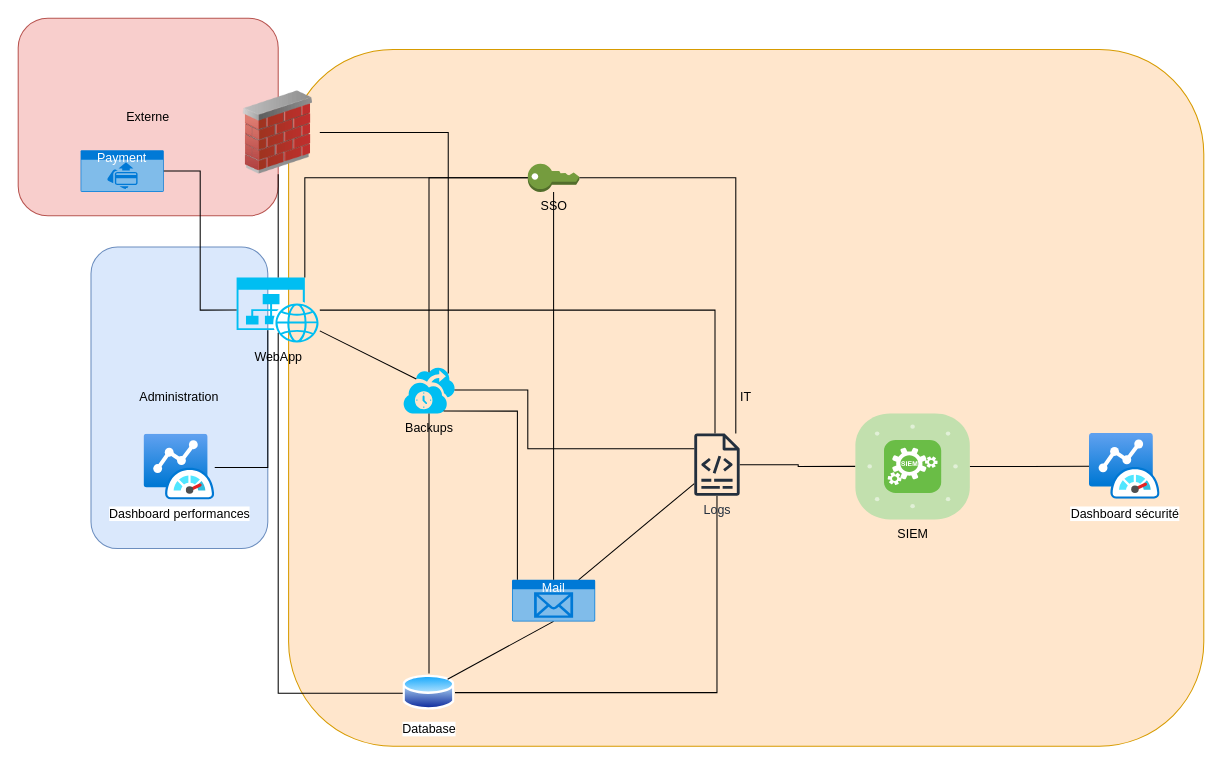
This is archi_applicative.drawio from Relthdrarxash/archi_secu, a draw.io file, before an edit. Source tidied: cells renumbered, new cells numbered last; positions are measured from the earlier drawing's top-left corner, leaving out a move shared by most shapes. Both pictures are drawn from the tidied source at 104%, with x=0, y=0 at pixel (18, 18).
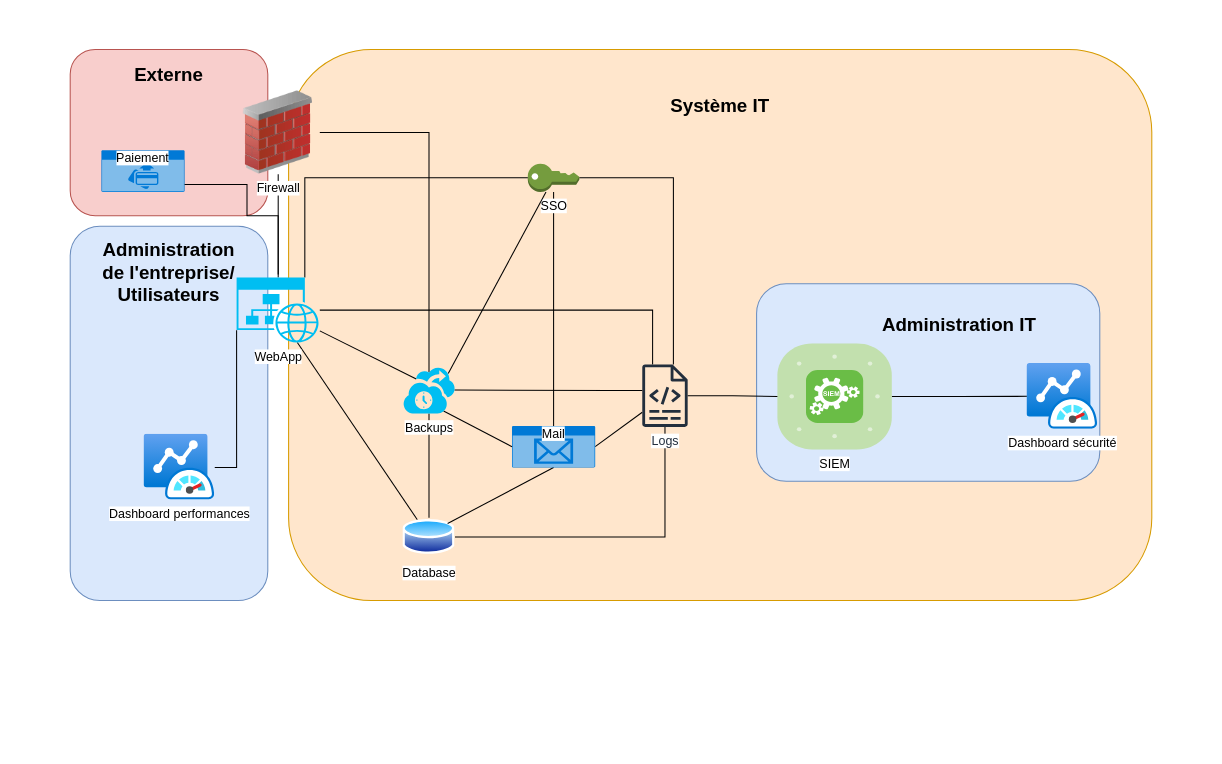
The same page after the edit.

Commit message (it also covers changes not shown here):
Mettre à jour archi_applicative.drawio

Unchanged cells that the change refers to:
```xml
<mxCell id="20" value="Dashboard performances" style="image;html=1;points=[];align=center;fontSize=12;image=img/lib/azure2/other/Azure_Monitor_Dashboard.svg;" parent="1" vertex="1">
  <mxGeometry x="121" y="400" width="68" height="63.2" as="geometry" />
</mxCell>
```

Diff of the diagram source:
```diff
@@
-    <mxCell id="2" value="Externe" style="rounded=1;whiteSpace=wrap;html=1;fillColor=#f8cecc;strokeColor=#b85450;" parent="1" vertex="1">
-      <mxGeometry width="250" height="190" as="geometry" />
+    <mxCell id="2" style="rounded=1;whiteSpace=wrap;html=1;fillColor=#f8cecc;strokeColor=#b85450;" parent="1" vertex="1">
+      <mxGeometry x="50" y="30" width="190" height="160" as="geometry" />
     </mxCell>
-    <mxCell id="3" value="Administration" style="rounded=1;whiteSpace=wrap;html=1;fillColor=#dae8fc;strokeColor=#6c8ebf;" parent="1" vertex="1">
-      <mxGeometry x="70" y="220" width="170" height="290" as="geometry" />
+    <mxCell id="3" style="rounded=1;whiteSpace=wrap;html=1;fillColor=#dae8fc;strokeColor=#6c8ebf;" parent="1" vertex="1">
+      <mxGeometry x="50" y="200" width="190" height="360" as="geometry" />
     </mxCell>
-    <mxCell id="4" value="IT" style="rounded=1;whiteSpace=wrap;html=1;fillColor=#ffe6cc;strokeColor=#d79b00;" parent="1" vertex="1">
-      <mxGeometry x="260" y="30" width="880" height="670" as="geometry" />
+    <mxCell id="4" style="rounded=1;whiteSpace=wrap;html=1;fillColor=#ffe6cc;strokeColor=#d79b00;" parent="1" vertex="1">
+      <mxGeometry x="260" y="30" width="830" height="530" as="geometry" />
     </mxCell>
     <mxCell id="5" style="edgeStyle=orthogonalEdgeStyle;rounded=0;jettySize=auto;html=1;endArrow=none;startFill=0;" parent="1" edge="1" source="7" target="22">
       <mxGeometry relative="1" as="geometry">
         <Array as="points">
-          <mxPoint x="670" y="281" />
+          <mxPoint x="610" y="281" />
         </Array>
       </mxGeometry>
     </mxCell>
-    <mxCell id="6" style="edgeStyle=orthogonalEdgeStyle;rounded=0;jettySize=auto;html=1;exitX=0.375;exitY=0.81;exitDx=0;exitDy=0;exitPerimeter=0;endArrow=none;startFill=0;" parent="1" edge="1" source="7" target="20">
+    <mxCell id="6" style="edgeStyle=orthogonalEdgeStyle;rounded=0;jettySize=auto;html=1;endArrow=none;startFill=0;exitX=0;exitY=0.81;exitDx=0;exitDy=0;exitPerimeter=0;" parent="1" edge="1" source="7" target="20">
       <mxGeometry relative="1" as="geometry">
         <Array as="points">
-          <mxPoint x="240" y="432" />
+          <mxPoint x="210" y="432" />
         </Array>
       </mxGeometry>
     </mxCell>
-    <mxCell id="7" value="WebApp" style="verticalLabelPosition=bottom;html=1;verticalAlign=top;align=center;strokeColor=none;fillColor=#00BEF2;shape=mxgraph.azure.website_generic;" parent="1" vertex="1">
-      <mxGeometry x="210" y="249.4" width="80" height="62.5" as="geometry" />
-    </mxCell>
-    <mxCell id="8" style="rounded=0;jettySize=auto;html=1;exitX=0.5;exitY=0.85;exitDx=0;exitDy=0;exitPerimeter=0;endArrow=none;startFill=0;edgeStyle=orthogonalEdgeStyle;" parent="1" edge="1" source="7" target="10">
-      <mxGeometry relative="1" as="geometry">
-        <Array as="points">
-          <mxPoint x="250" y="649" />
-        </Array>
-      </mxGeometry>
+    <mxCell id="8" style="rounded=0;jettySize=auto;html=1;exitX=0.73;exitY=1;exitDx=0;exitDy=0;exitPerimeter=0;endArrow=none;startFill=0;" parent="1" edge="1" source="7" target="10">
+      <mxGeometry relative="1" as="geometry" />
     </mxCell>
@@
     <mxCell id="10" value="Database" style="image;perimeter=ellipsePerimeter;html=1;align=center;shadow=0;dashed=0;spacingTop=3;image=img/lib/active_directory/database.svg;" parent="1" vertex="1">
-      <mxGeometry x="370" y="630" width="50" height="37" as="geometry" />
+      <mxGeometry x="370" y="480.3" width="50" height="37" as="geometry" />
     </mxCell>
@@
-    <mxCell id="12" style="rounded=0;jettySize=auto;html=1;endArrow=none;startFill=0;" parent="1" edge="1" source="13" target="22">
+    <mxCell id="12" style="rounded=0;jettySize=auto;html=1;endArrow=none;startFill=0;exitX=1;exitY=0.5;exitDx=0;exitDy=0;exitPerimeter=0;" parent="1" edge="1" source="13" target="22">
       <mxGeometry relative="1" as="geometry" />
     </mxCell>
-    <mxCell id="13" value="Mail" style="html=1;whiteSpace=wrap;strokeColor=none;fillColor=#0079D6;labelPosition=center;verticalLabelPosition=middle;verticalAlign=top;align=center;fontSize=12;outlineConnect=0;spacingTop=-6;fontColor=#FFFFFF;sketch=0;shape=mxgraph.sitemap.mail;" parent="1" vertex="1">
-      <mxGeometry x="474.8" y="540" width="80" height="40" as="geometry" />
+    <mxCell id="13" value="&lt;span style=&quot;background-color: rgb(255, 255, 255);&quot;&gt;&lt;font style=&quot;color: rgb(0, 0, 0);&quot;&gt;Mail&lt;/font&gt;&lt;/span&gt;" style="html=1;whiteSpace=wrap;strokeColor=none;fillColor=#0079D6;labelPosition=center;verticalLabelPosition=middle;verticalAlign=top;align=center;fontSize=12;outlineConnect=0;spacingTop=-6;fontColor=#FFFFFF;sketch=0;shape=mxgraph.sitemap.mail;" parent="1" vertex="1">
+      <mxGeometry x="474.8" y="392" width="80" height="40" as="geometry" />
     </mxCell>
@@
     <mxCell id="15" style="edgeStyle=orthogonalEdgeStyle;rounded=0;jettySize=auto;html=1;endArrow=none;startFill=0;" parent="1" edge="1" source="16" target="22">
       <mxGeometry relative="1" as="geometry">
         <Array as="points">
-          <mxPoint x="690" y="154" />
+          <mxPoint x="630" y="154" />
         </Array>
       </mxGeometry>
     </mxCell>
-    <mxCell id="16" value="SSO" style="outlineConnect=0;dashed=0;verticalLabelPosition=bottom;verticalAlign=top;align=center;html=1;shape=mxgraph.aws3.add_on;fillColor=#759C3E;gradientColor=none;" parent="1" vertex="1">
+    <mxCell id="16" value="&lt;span style=&quot;background-color: light-dark(#ffffff, var(--ge-dark-color, #121212));&quot;&gt;SSO&lt;/span&gt;" style="outlineConnect=0;dashed=0;verticalLabelPosition=bottom;verticalAlign=top;align=center;html=1;shape=mxgraph.aws3.add_on;fillColor=#759C3E;gradientColor=none;" parent="1" vertex="1">
       <mxGeometry x="490" y="140" width="49.5" height="27" as="geometry" />
     </mxCell>
@@
-    <mxCell id="18" value="Payment" style="html=1;whiteSpace=wrap;strokeColor=none;fillColor=#0079D6;labelPosition=center;verticalLabelPosition=middle;verticalAlign=top;align=center;fontSize=12;outlineConnect=0;spacingTop=-6;fontColor=#FFFFFF;sketch=0;shape=mxgraph.sitemap.payment;" parent="1" vertex="1">
-      <mxGeometry x="60" y="127" width="80" height="40" as="geometry" />
+    <mxCell id="18" value="&lt;span style=&quot;background-color: light-dark(#ffffff, var(--ge-dark-color, #121212));&quot;&gt;&lt;font style=&quot;color: rgb(0, 0, 0);&quot;&gt;Paiement&lt;/font&gt;&lt;/span&gt;" style="html=1;whiteSpace=wrap;strokeColor=none;fillColor=#0079D6;labelPosition=center;verticalLabelPosition=middle;verticalAlign=top;align=center;fontSize=12;outlineConnect=0;spacingTop=-6;fontColor=#FFFFFF;sketch=0;shape=mxgraph.sitemap.payment;" parent="1" vertex="1">
+      <mxGeometry x="80" y="127" width="80" height="40" as="geometry" />
     </mxCell>
-    <mxCell id="19" style="edgeStyle=orthogonalEdgeStyle;rounded=0;jettySize=auto;html=1;exitX=1;exitY=0.5;exitDx=0;exitDy=0;exitPerimeter=0;entryX=0;entryY=0.5;entryDx=0;entryDy=0;entryPerimeter=0;endArrow=none;startFill=0;" parent="1" edge="1" source="18" target="7">
-      <mxGeometry relative="1" as="geometry" />
+    <mxCell id="19" style="edgeStyle=orthogonalEdgeStyle;rounded=0;jettySize=auto;html=1;entryX=0.5;entryY=0;entryDx=0;entryDy=0;entryPerimeter=0;endArrow=none;startFill=0;" parent="1" edge="1" source="18">
+      <mxGeometry relative="1" as="geometry">
+        <mxPoint x="250" y="246.4" as="targetPoint" />
+        <Array as="points">
+          <mxPoint x="220" y="160" />
+          <mxPoint x="220" y="190" />
+          <mxPoint x="250" y="190" />
+        </Array>
+      </mxGeometry>
     </mxCell>
@@
-    <mxCell id="21" style="edgeStyle=orthogonalEdgeStyle;rounded=0;jettySize=auto;html=1;entryX=0;entryY=0.5;entryDx=0;entryDy=0;entryPerimeter=0;endArrow=none;startFill=0;" parent="1" edge="1" source="22" target="30">
-      <mxGeometry relative="1" as="geometry">
-        <Array as="points">
-          <mxPoint x="750" y="430" />
-          <mxPoint x="750" y="431" />
-        </Array>
-      </mxGeometry>
-    </mxCell>
-    <mxCell id="22" value="Logs" style="sketch=0;outlineConnect=0;fontColor=#232F3E;gradientColor=none;fillColor=#232F3D;strokeColor=none;dashed=0;verticalLabelPosition=bottom;verticalAlign=top;align=center;html=1;fontSize=12;fontStyle=0;shape=mxgraph.aws4.logs;" parent="1" vertex="1">
-      <mxGeometry x="650" y="399.3" width="43.8" height="60" as="geometry" />
+    <mxCell id="22" value="&lt;span style=&quot;background-color: light-dark(#ffffff, var(--ge-dark-color, #121212));&quot;&gt;Logs&lt;/span&gt;" style="sketch=0;outlineConnect=0;fontColor=#232F3E;gradientColor=none;fillColor=#232F3D;strokeColor=none;dashed=0;verticalLabelPosition=bottom;verticalAlign=top;align=center;html=1;fontSize=12;fontStyle=0;shape=mxgraph.aws4.logs;" parent="1" vertex="1">
+      <mxGeometry x="600" y="333" width="43.8" height="60" as="geometry" />
     </mxCell>
-    <mxCell id="23" value="Backups" style="verticalLabelPosition=bottom;html=1;verticalAlign=top;align=center;strokeColor=none;fillColor=#00BEF2;shape=mxgraph.azure.backup_service;" parent="1" vertex="1">
-      <mxGeometry x="370" y="335" width="50" height="45" as="geometry" />
-    </mxCell>
     <mxCell id="24" style="edgeStyle=orthogonalEdgeStyle;rounded=0;jettySize=auto;html=1;entryX=0.99;entryY=0.5;entryDx=0;entryDy=0;entryPerimeter=0;endArrow=none;startFill=0;" parent="1" edge="1" source="22" target="23">
       <mxGeometry relative="1" as="geometry">
         <Array as="points">
-          <mxPoint x="490" y="414" />
-          <mxPoint x="490" y="358" />
+          <mxPoint x="570" y="358" />
+          <mxPoint x="570" y="358" />
         </Array>
       </mxGeometry>
     </mxCell>
@@
-    <mxCell id="26" style="edgeStyle=orthogonalEdgeStyle;rounded=0;jettySize=auto;html=1;entryX=0.78;entryY=0.95;entryDx=0;entryDy=0;entryPerimeter=0;endArrow=none;startFill=0;" parent="1" edge="1" source="13" target="23">
-      <mxGeometry relative="1" as="geometry">
-        <Array as="points">
-          <mxPoint x="480" y="378" />
-        </Array>
-      </mxGeometry>
+    <mxCell id="26" style="rounded=0;jettySize=auto;html=1;entryX=0.78;entryY=0.95;entryDx=0;entryDy=0;entryPerimeter=0;endArrow=none;startFill=0;exitX=0;exitY=0.5;exitDx=0;exitDy=0;exitPerimeter=0;" parent="1" edge="1" source="13" target="23">
+      <mxGeometry relative="1" as="geometry" />
     </mxCell>
@@
-    <mxCell id="28" style="edgeStyle=orthogonalEdgeStyle;rounded=0;jettySize=auto;html=1;entryX=0.5;entryY=0.12;entryDx=0;entryDy=0;entryPerimeter=0;endArrow=none;startFill=0;" parent="1" edge="1" source="16" target="23">
-      <mxGeometry relative="1" as="geometry">
-        <Array as="points">
-          <mxPoint x="395" y="154" />
-        </Array>
-      </mxGeometry>
+    <mxCell id="28" style="rounded=0;jettySize=auto;html=1;entryX=0.87;entryY=0.15;entryDx=0;entryDy=0;entryPerimeter=0;endArrow=none;startFill=0;" parent="1" edge="1" source="16" target="23">
+      <mxGeometry relative="1" as="geometry" />
     </mxCell>
+    <mxCell id="35" style="rounded=1;whiteSpace=wrap;html=1;fillColor=#dae8fc;strokeColor=#6c8ebf;" parent="1" vertex="1">
+      <mxGeometry x="710" y="255.3" width="330" height="190" as="geometry" />
+    </mxCell>
@@
-    <mxCell id="30" value="SIEM" style="verticalLabelPosition=bottom;sketch=0;html=1;fillColor=#6ABD46;strokeColor=#ffffff;verticalAlign=top;align=center;points=[[0.085,0.085,0],[0.915,0.085,0],[0.915,0.915,0],[0.085,0.915,0],[0.25,0,0],[0.5,0,0],[0.75,0,0],[1,0.25,0],[1,0.5,0],[1,0.75,0],[0.75,1,0],[0.5,1,0],[0.25,1,0],[0,0.75,0],[0,0.5,0],[0,0.25,0]];shape=mxgraph.cisco_safe.compositeIcon;bgIcon=mxgraph.cisco_safe.architecture.generic_appliance;resIcon=mxgraph.cisco_safe.architecture.siem;" parent="1" vertex="1">
-      <mxGeometry x="805" y="380" width="110" height="101.9" as="geometry" />
+    <mxCell id="30" value="&lt;span style=&quot;background-color: light-dark(#ffffff, var(--ge-dark-color, #121212));&quot;&gt;SIEM&lt;/span&gt;" style="verticalLabelPosition=bottom;sketch=0;html=1;fillColor=#6ABD46;strokeColor=#ffffff;verticalAlign=top;align=center;points=[[0.085,0.085,0],[0.915,0.085,0],[0.915,0.915,0],[0.085,0.915,0],[0.25,0,0],[0.5,0,0],[0.75,0,0],[1,0.25,0],[1,0.5,0],[1,0.75,0],[0.75,1,0],[0.5,1,0],[0.25,1,0],[0,0.75,0],[0,0.5,0],[0,0.25,0]];shape=mxgraph.cisco_safe.compositeIcon;bgIcon=mxgraph.cisco_safe.architecture.generic_appliance;resIcon=mxgraph.cisco_safe.architecture.siem;" parent="1" vertex="1">
+      <mxGeometry x="730" y="312.7" width="110" height="101.9" as="geometry" />
     </mxCell>
-    <mxCell id="31" style="image;html=1;image=img/lib/clip_art/networking/Firewall_02_128x128.png;" parent="1" vertex="1">
-      <mxGeometry x="210" y="70" width="80" height="80" as="geometry" />
-    </mxCell>
     <mxCell id="32" style="edgeStyle=orthogonalEdgeStyle;rounded=0;jettySize=auto;html=1;entryX=0.5;entryY=0;entryDx=0;entryDy=0;entryPerimeter=0;endArrow=none;startFill=0;" parent="1" edge="1" source="31" target="7">
-      <mxGeometry relative="1" as="geometry" />
+      <mxGeometry relative="1" as="geometry">
+        <Array as="points">
+          <mxPoint x="250" y="220" />
+          <mxPoint x="250" y="220" />
+        </Array>
+      </mxGeometry>
     </mxCell>
     <mxCell id="33" value="Dashboard sécurité" style="image;html=1;points=[];align=center;fontSize=12;image=img/lib/azure2/other/Azure_Monitor_Dashboard.svg;" parent="1" vertex="1">
-      <mxGeometry x="1030" y="399.3" width="68" height="63.2" as="geometry" />
+      <mxGeometry x="970" y="332" width="68" height="63.2" as="geometry" />
     </mxCell>
-    <mxCell id="34" style="edgeStyle=orthogonalEdgeStyle;rounded=0;jettySize=auto;html=1;entryX=0.87;entryY=0.15;entryDx=0;entryDy=0;entryPerimeter=0;endArrow=none;startFill=0;" parent="1" edge="1" source="31" target="23">
-      <mxGeometry relative="1" as="geometry" />
+    <mxCell id="34" style="edgeStyle=orthogonalEdgeStyle;rounded=0;jettySize=auto;html=1;entryX=0.5;entryY=0.12;entryDx=0;entryDy=0;entryPerimeter=0;endArrow=none;startFill=0;" parent="1" edge="1" source="31" target="23">
+      <mxGeometry relative="1" as="geometry">
+        <Array as="points">
+          <mxPoint x="395" y="110" />
+        </Array>
+      </mxGeometry>
     </mxCell>
+    <mxCell id="21" style="edgeStyle=orthogonalEdgeStyle;rounded=0;jettySize=auto;html=1;entryX=0;entryY=0.5;entryDx=0;entryDy=0;entryPerimeter=0;endArrow=none;startFill=0;" parent="1" edge="1" source="22" target="30">
+      <mxGeometry relative="1" as="geometry" />
+    </mxCell>
+    <mxCell id="36" value="&lt;h2&gt;Système&amp;nbsp;&lt;span style=&quot;background-color: transparent; color: light-dark(rgb(0, 0, 0), rgb(255, 255, 255));&quot;&gt;IT&lt;/span&gt;&lt;/h2&gt;" style="text;html=1;align=center;verticalAlign=middle;whiteSpace=wrap;rounded=0;" parent="1" vertex="1">
+      <mxGeometry x="600" y="70" width="150" height="30" as="geometry" />
+    </mxCell>
+    <mxCell id="37" value="&lt;h2&gt;Externe&lt;/h2&gt;" style="text;html=1;align=center;verticalAlign=middle;whiteSpace=wrap;rounded=0;" parent="1" vertex="1">
+      <mxGeometry x="70" y="40" width="150" height="30" as="geometry" />
+    </mxCell>
+    <mxCell id="38" value="&lt;h2&gt;&lt;/h2&gt;&lt;h2&gt;Administration de l'entreprise/ Utilisateurs&lt;/h2&gt;" style="text;html=1;align=center;verticalAlign=middle;whiteSpace=wrap;rounded=0;" parent="1" vertex="1">
+      <mxGeometry x="70" y="210" width="150" height="70" as="geometry" />
+    </mxCell>
+    <mxCell id="39" value="&lt;h2&gt;Administration IT&lt;/h2&gt;" style="text;html=1;align=center;verticalAlign=middle;whiteSpace=wrap;rounded=0;" parent="1" vertex="1">
+      <mxGeometry x="830" y="280" width="150" height="30" as="geometry" />
+    </mxCell>
+    <mxCell id="23" value="&lt;span style=&quot;background-color: light-dark(#ffffff, var(--ge-dark-color, #121212));&quot;&gt;Backups&lt;/span&gt;" style="verticalLabelPosition=bottom;html=1;verticalAlign=top;align=center;strokeColor=none;fillColor=#00BEF2;shape=mxgraph.azure.backup_service;" parent="1" vertex="1">
+      <mxGeometry x="370" y="335" width="50" height="45" as="geometry" />
+    </mxCell>
+    <mxCell id="31" value="Firewall" style="image;html=1;image=img/lib/clip_art/networking/Firewall_02_128x128.png;" parent="1" vertex="1">
+      <mxGeometry x="210" y="70" width="80" height="80" as="geometry" />
+    </mxCell>
+    <mxCell id="7" value="&lt;span style=&quot;background-color: light-dark(#ffffff, var(--ge-dark-color, #121212));&quot;&gt;WebApp&lt;/span&gt;" style="verticalLabelPosition=bottom;html=1;verticalAlign=top;align=center;strokeColor=none;fillColor=#00BEF2;shape=mxgraph.azure.website_generic;" parent="1" vertex="1">
+      <mxGeometry x="210" y="249.4" width="80" height="62.5" as="geometry" />
+    </mxCell>
```
